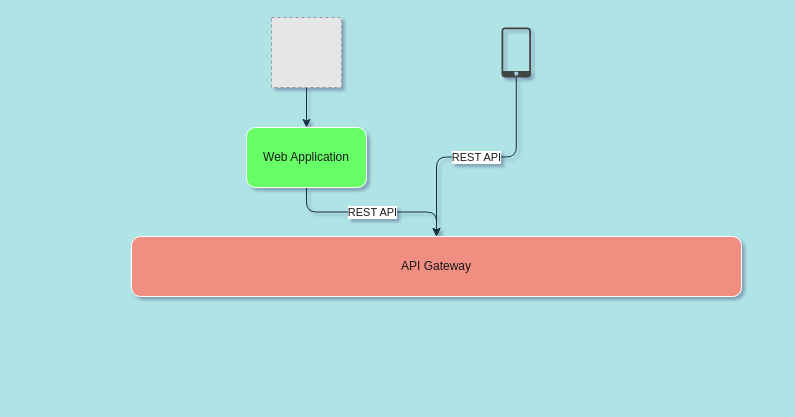
fridgebenefits/katas keeps this draw.io diagram as page "Topology 2" (3 of 3) of Interaction-Diagram.drawio. Above is the earlier version. Source tidied: cells renumbered, new cells numbered last; positions are measured from the earlier drawing's top-left corner, leaving out a move shared by most shapes. Both pictures are drawn from the tidied source at 100%, with x=0, y=0 at pixel (131, 17). Pictures stored in the file or linked from it are replaced by grey dashed boxes.
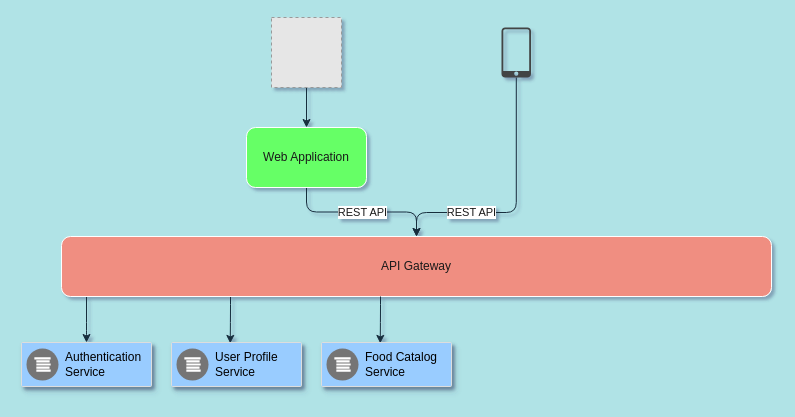
After the change.

Unchanged cells that the change refers to:
```xml
<mxCell id="5" style="shadow=0;dashed=0;html=1;strokeColor=none;fillColor=#434445;labelPosition=center;verticalLabelPosition=bottom;verticalAlign=top;align=center;outlineConnect=0;shape=mxgraph.vvd.phone;rounded=0;fontColor=#1A1A1A;" parent="1" vertex="1">
  <mxGeometry x="370" y="10" width="29.5" height="50" as="geometry" />
</mxCell>
```

What changed in the source:
```diff
@@
     <mxCell id="4" value="REST API" style="edgeStyle=orthogonalEdgeStyle;curved=0;rounded=1;jettySize=auto;html=1;strokeColor=#182E3E;fontColor=#1A1A1A;entryX=0.5;entryY=0;entryDx=0;entryDy=0;" parent="1" edge="1" source="5" target="8">
-      <mxGeometry relative="1" as="geometry" />
+      <mxGeometry x="0.39" relative="1" as="geometry">
+        <Array as="points">
+          <mxPoint x="385" y="195" />
+          <mxPoint x="285" y="195" />
+        </Array>
+      </mxGeometry>
     </mxCell>
@@
+    <mxCell id="9" style="edgeStyle=orthogonalEdgeStyle;curved=0;rounded=1;jettySize=auto;html=1;strokeColor=#182E3E;fontColor=#1A1A1A;entryX=0.5;entryY=0;entryDx=0;entryDy=0;" parent="1" edge="1" target="11">
+      <mxGeometry relative="1" as="geometry">
+        <mxPoint x="-45" y="275" as="sourcePoint" />
+        <Array as="points">
+          <mxPoint x="-45" y="315" />
+          <mxPoint x="-45" y="315" />
+        </Array>
+      </mxGeometry>
+    </mxCell>
+    <mxCell id="10" style="edgeStyle=orthogonalEdgeStyle;curved=0;rounded=1;jettySize=auto;html=1;strokeColor=#182E3E;fontColor=#1A1A1A;entryX=0.452;entryY=0.02;entryDx=0;entryDy=0;entryPerimeter=0;" parent="1" edge="1" source="8" target="13">
+      <mxGeometry relative="1" as="geometry">
+        <Array as="points">
+          <mxPoint x="99" y="295" />
+          <mxPoint x="99" y="295" />
+        </Array>
+      </mxGeometry>
+    </mxCell>
     <mxCell id="8" value="API Gateway" style="rounded=1;whiteSpace=wrap;html=1;strokeColor=#FFFFFF;fillColor=#F08E81;fontColor=#1A1A1A;" parent="1" vertex="1">
-      <mxGeometry y="219" width="610" height="60" as="geometry" />
+      <mxGeometry x="-70" y="219" width="710" height="60" as="geometry" />
     </mxCell>
+    <mxCell id="11" style="strokeColor=#dddddd;shadow=1;strokeWidth=1;rounded=1;absoluteArcSize=1;arcSize=2;fontColor=#1A1A1A;fillColor=#99CCFF;" parent="1" vertex="1">
+      <mxGeometry x="-110" y="325" width="130" height="44" as="geometry" />
+    </mxCell>
+    <mxCell id="12" value="Authentication&lt;br&gt;Service" style="dashed=0;html=1;fillColor=#757575;strokeColor=none;shape=mxgraph.gcp2.logs_api;labelPosition=right;verticalLabelPosition=middle;align=left;verticalAlign=middle;spacingLeft=5;fontSize=12;" parent="11" vertex="1">
+      <mxGeometry y="0.5" width="32" height="32" relative="1" as="geometry">
+        <mxPoint x="5" y="-16" as="offset" />
+      </mxGeometry>
+    </mxCell>
+    <mxCell id="13" style="strokeColor=#dddddd;shadow=1;strokeWidth=1;rounded=1;absoluteArcSize=1;arcSize=2;fontColor=#1A1A1A;fillColor=#99CCFF;" parent="1" vertex="1">
+      <mxGeometry x="40" y="325" width="130" height="44" as="geometry" />
+    </mxCell>
+    <mxCell id="14" value="User Profile&lt;br&gt;Service" style="dashed=0;html=1;fillColor=#757575;strokeColor=none;shape=mxgraph.gcp2.logs_api;labelPosition=right;verticalLabelPosition=middle;align=left;verticalAlign=middle;spacingLeft=5;fontSize=12;" parent="13" vertex="1">
+      <mxGeometry y="0.5" width="32" height="32" relative="1" as="geometry">
+        <mxPoint x="5" y="-16" as="offset" />
+      </mxGeometry>
+    </mxCell>
+    <mxCell id="15" style="edgeStyle=orthogonalEdgeStyle;curved=0;rounded=1;jettySize=auto;html=1;strokeColor=#182E3E;fontColor=#1A1A1A;entryX=0.452;entryY=0.02;entryDx=0;entryDy=0;entryPerimeter=0;" parent="1" edge="1" target="16">
+      <mxGeometry relative="1" as="geometry">
+        <mxPoint x="249" y="279" as="sourcePoint" />
+        <Array as="points">
+          <mxPoint x="249" y="295" />
+          <mxPoint x="249" y="295" />
+        </Array>
+      </mxGeometry>
+    </mxCell>
+    <mxCell id="16" style="strokeColor=#dddddd;shadow=1;strokeWidth=1;rounded=1;absoluteArcSize=1;arcSize=2;fontColor=#1A1A1A;fillColor=#99CCFF;" parent="1" vertex="1">
+      <mxGeometry x="190" y="325" width="130" height="44" as="geometry" />
+    </mxCell>
+    <mxCell id="17" value="Food Catalog&lt;br&gt;Service" style="dashed=0;html=1;fillColor=#757575;strokeColor=none;shape=mxgraph.gcp2.logs_api;labelPosition=right;verticalLabelPosition=middle;align=left;verticalAlign=middle;spacingLeft=5;fontSize=12;" parent="16" vertex="1">
+      <mxGeometry y="0.5" width="32" height="32" relative="1" as="geometry">
+        <mxPoint x="5" y="-16" as="offset" />
+      </mxGeometry>
+    </mxCell>
```
